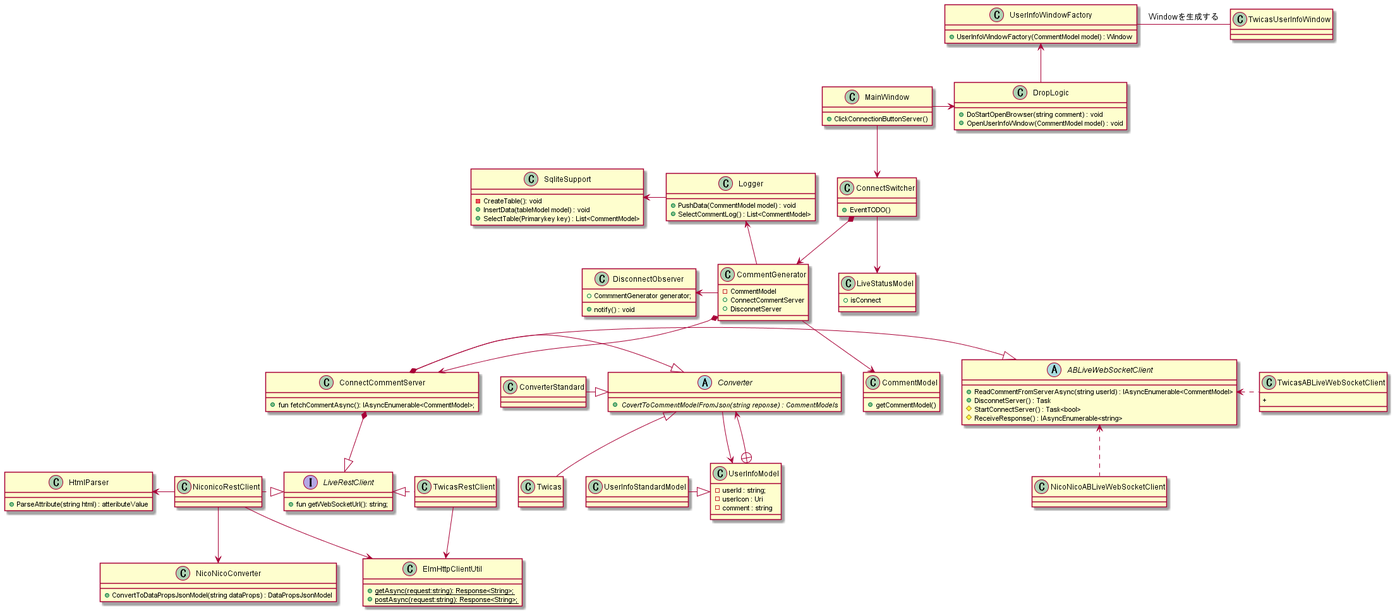
elm-niconico/AppDesign keeps this PlantUML diagram as ultra-comment-viewer/out/class-design/model/fetch-comment/コメント取得クラス図.png. Above is the earlier version.
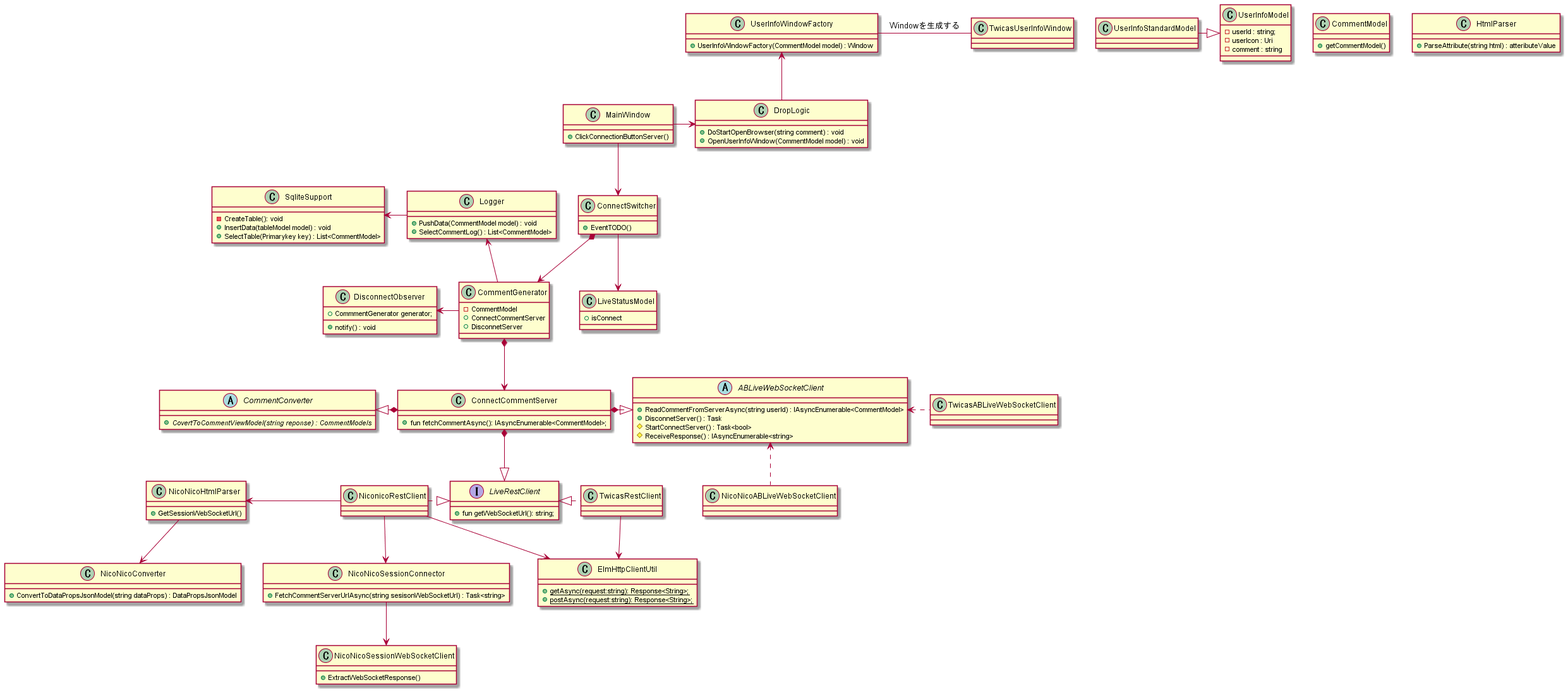
After the commit.

Change to the diagram source:
```diff
@@ -28,7 +28,7 @@
 
 
 
-    CommentGenerator --> CommentModel
+
     MainWindow --> ConnectSwitcher
     CommentGenerator *-down-> ConnectCommentServer
     ConnectSwitcher *--> CommentGenerator
@@ -44,7 +44,7 @@
 
     }
     class TwicasABLiveWebSocketClient{
-        +
+
     }
 
     class SqliteSupport{
@@ -57,7 +57,6 @@
         + PushData(CommentModel model) : void
         + SelectCommentLog() : List<CommentModel>
     }
-
 
     class DisconnectObserver{
         + CommmentGenerator generator;
@@ -85,13 +84,18 @@
         + {static} postAsync(request:string): Response<String>;
     }
 
-    abstract class Converter{
-        + {abstract} CovertToCommentModelFromJson(string reponse) : CommentModels
+
+    class NicoNicoHtmlParser{
+        + GetSessionWebSocketUrl()
     }
+
+    abstract class CommentConverter{
+        + {abstract} CovertToCommentViewModel(string reponse) : CommentModels
+    }
+
     class NicoNicoConverter{
         + ConvertToDataPropsJsonModel(string dataProps) : DataPropsJsonModel
     }
-    Converter <|-- Twicas
 
     class UserInfoModel{
         - userId : string;
@@ -102,20 +106,26 @@
         + ParseAttribute(string html) : atteributeValue
     }
 
+    class NicoNicoSessionConnector{
+        + FetchCommentServerUrlAsync(string sesisonWebSocketUrl) : Task<string>
+    }
+
+    class NicoNicoSessionWebSocketClient{
+        + ExtractWebSocketResponse()
+    }
+
+
+
+
+    ConnectCommentServer *-left-|> CommentConverter
     ConnectCommentServer *--|> LiveRestClient
     ConnectCommentServer *-right-|> ABLiveWebSocketClient
-    ConnectCommentServer *-left-|> Converter
 
-
-    UserInfoModel +--> Converter
-    Converter --> UserInfoModel
     NicoNicoABLiveWebSocketClient .up.> ABLiveWebSocketClient
     TwicasABLiveWebSocketClient .left.> ABLiveWebSocketClient
     UserInfoStandardModel -right-|> UserInfoModel
     NiconicoRestClient .right.|> LiveRestClient
     TwicasRestClient   .left.|>  LiveRestClient
-
-    ConverterStandard -right-|> Converter
 
     CommentGenerator -up-> Logger
     Logger -left-> SqliteSupport
@@ -127,10 +137,13 @@
     UserInfoWindowFactory - TwicasUserInfoWindow : Windowを生成する
 
     NiconicoRestClient -down-> ElmHttpClientUtil
-    TwicasRestClient -down->   ElmHttpClientUtil
+    TwicasRestClient   -down->   ElmHttpClientUtil
 
-    NiconicoRestClient -left-> HtmlParser
-    NiconicoRestClient -down-> NicoNicoConverter
+    NiconicoRestClient -left-> NicoNicoHtmlParser
+    NiconicoRestClient -down-> NicoNicoSessionConnector
+
+    NicoNicoSessionConnector -down-> NicoNicoSessionWebSocketClient
+    NicoNicoHtmlParser -down-> NicoNicoConverter
 
 
 @enduml
```
